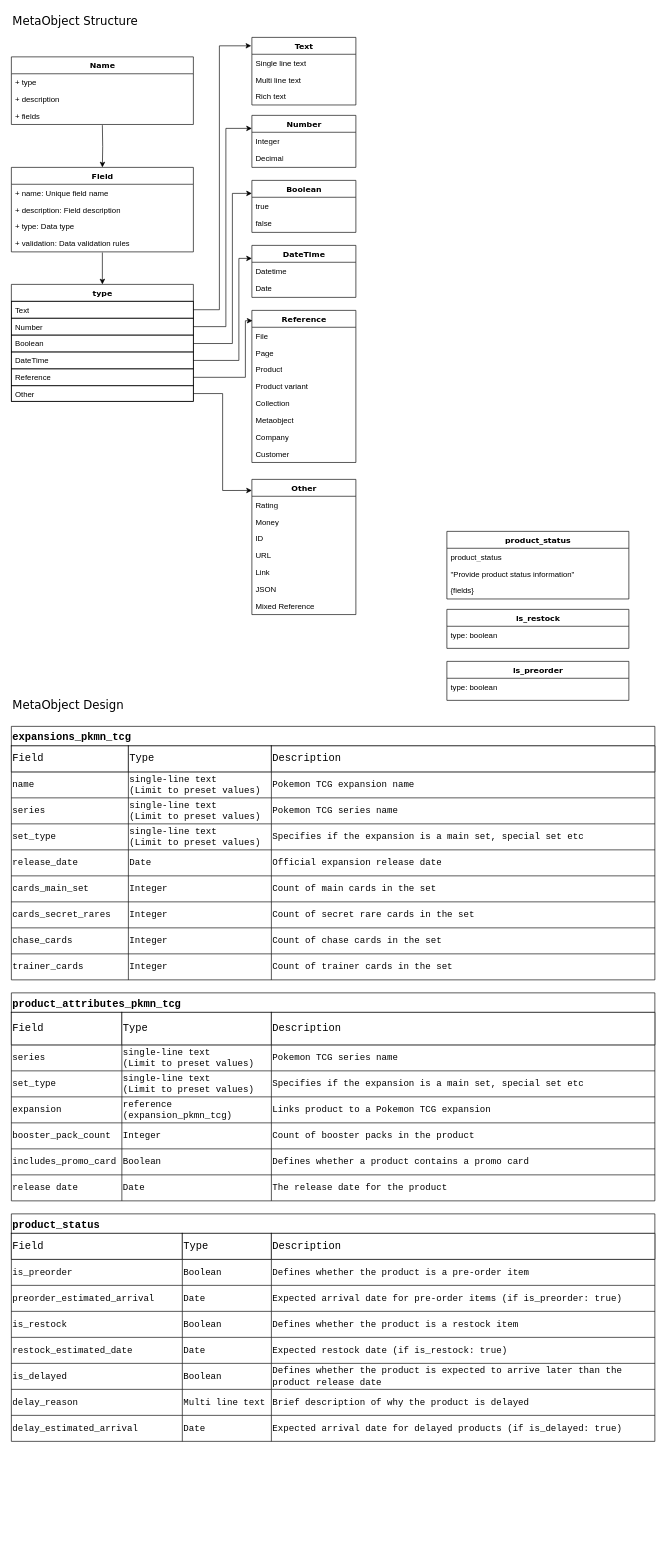
Earlier version of the draw.io diagram DataModel-Products.drawio (LauraWalpole/pokedecks-Design). Source tidied: cells renumbered, new cells numbered last; positions are measured from the earlier drawing's top-left corner, leaving out a move shared by most shapes. Both pictures are drawn from the tidied source at 65%, with x=0, y=0 at pixel (11, 11).
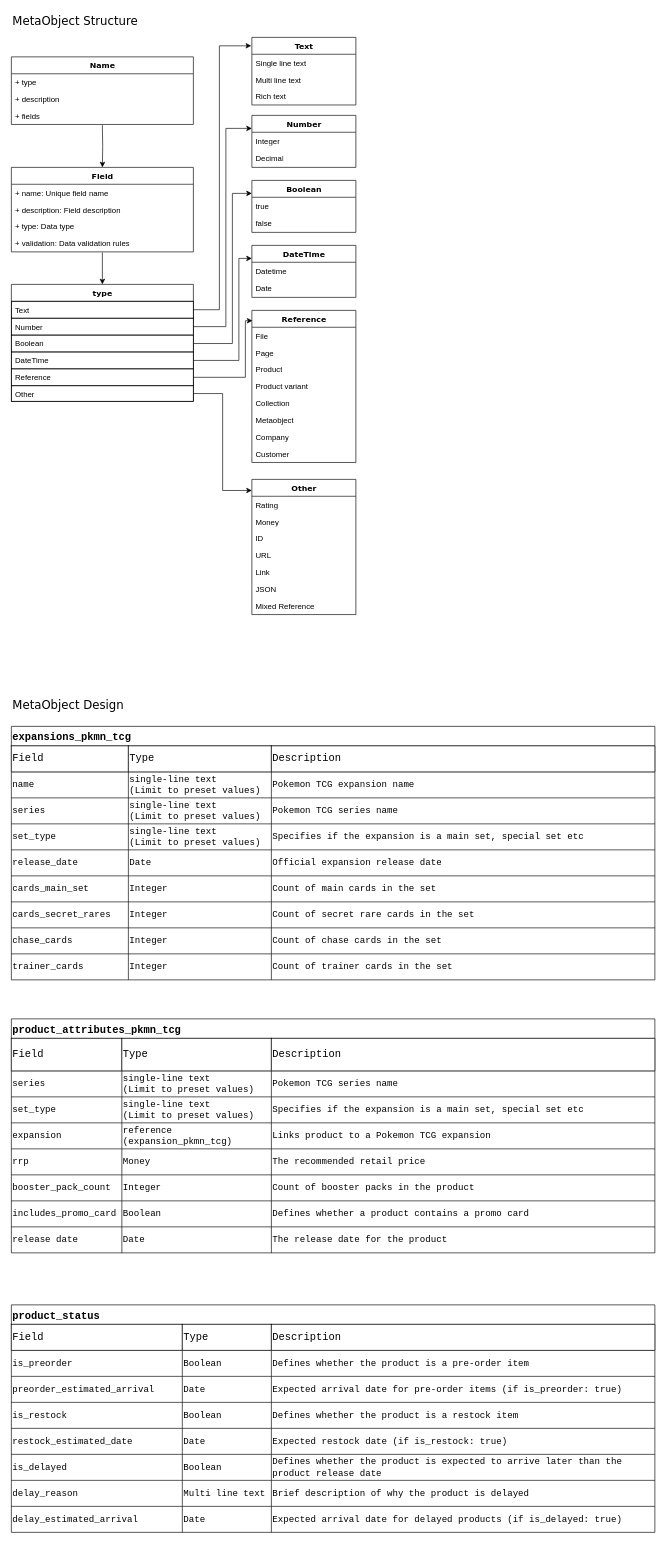
The same page after the edit.

Diff of the diagram source:
```diff
@@
-    <mxCell id="58" value="is_preorder" style="swimlane;html=1;fontStyle=1;align=center;verticalAlign=top;horizontal=1;startSize=26;swimlaneFillColor=#ffffff;rounded=0;shadow=0;comic=0;labelBackgroundColor=none;strokeWidth=1;fillColor=none;fontFamily=Verdana;fontSize=12;" parent="1" vertex="1">
-      <mxGeometry x="670" y="1000" width="280" height="60" as="geometry" />
-    </mxCell>
-    <mxCell id="59" value="type: boolean" style="text;html=1;strokeColor=none;fillColor=none;align=left;verticalAlign=top;spacingLeft=4;spacingRight=4;whiteSpace=wrap;overflow=hidden;" parent="58" vertex="1">
-      <mxGeometry y="26" width="280" height="26" as="geometry" />
-    </mxCell>
-    <mxCell id="60" value="is_restock" style="swimlane;html=1;fontStyle=1;align=center;verticalAlign=top;horizontal=1;startSize=26;swimlaneFillColor=#ffffff;rounded=0;shadow=0;comic=0;labelBackgroundColor=none;strokeWidth=1;fillColor=none;fontFamily=Verdana;fontSize=12;" parent="1" vertex="1">
-      <mxGeometry x="670" y="920" width="280" height="60" as="geometry" />
-    </mxCell>
-    <mxCell id="61" value="type: boolean" style="text;html=1;strokeColor=none;fillColor=none;align=left;verticalAlign=top;spacingLeft=4;spacingRight=4;whiteSpace=wrap;overflow=hidden;" parent="60" vertex="1">
-      <mxGeometry y="26" width="280" height="26" as="geometry" />
-    </mxCell>
-    <mxCell id="62" value="product_status" style="swimlane;html=1;fontStyle=1;align=center;verticalAlign=top;horizontal=1;startSize=26;swimlaneFillColor=#ffffff;rounded=0;shadow=0;comic=0;labelBackgroundColor=none;strokeWidth=1;fillColor=none;fontFamily=Verdana;fontSize=12;" parent="1" vertex="1">
-      <mxGeometry x="670" y="800" width="280" height="104" as="geometry" />
-    </mxCell>
-    <mxCell id="63" value="product_status&lt;span style=&quot;white-space: pre;&quot;&gt;&#9;&lt;/span&gt;&lt;span style=&quot;white-space: pre;&quot;&gt;&#9;&lt;/span&gt;" style="text;html=1;strokeColor=none;fillColor=none;align=left;verticalAlign=top;spacingLeft=4;spacingRight=4;whiteSpace=wrap;overflow=hidden;" parent="62" vertex="1">
-      <mxGeometry y="26" width="280" height="26" as="geometry" />
-    </mxCell>
-    <mxCell id="64" value="&quot;Provide product status information&quot;" style="text;html=1;strokeColor=none;fillColor=none;align=left;verticalAlign=top;spacingLeft=4;spacingRight=4;whiteSpace=wrap;overflow=hidden;" parent="62" vertex="1">
-      <mxGeometry y="52" width="280" height="26" as="geometry" />
-    </mxCell>
-    <mxCell id="65" value="{fields}" style="text;html=1;strokeColor=none;fillColor=none;align=left;verticalAlign=top;spacingLeft=4;spacingRight=4;whiteSpace=wrap;overflow=hidden;" parent="62" vertex="1">
-      <mxGeometry y="78" width="280" height="26" as="geometry" />
-    </mxCell>
@@
     <mxCell id="103" value="product_attributes_pkmn_tcg" style="shape=table;startSize=30;childLayout=tableLayout;strokeColor=default;fontSize=16;fontStyle=1;fontFamily=Courier New;align=left;" parent="1" vertex="1">
-      <mxGeometry y="1510" width="990" height="320" as="geometry" />
+      <mxGeometry y="1550" width="990" height="360" as="geometry" />
     </mxCell>
@@
+    <mxCell id="165" style="shape=tableRow;horizontal=0;startSize=0;swimlaneHead=0;swimlaneBody=0;strokeColor=inherit;top=0;left=0;bottom=0;right=0;fillColor=none;fontSize=16;" parent="103" vertex="1">
+      <mxGeometry y="200" width="990" height="40" as="geometry" />
+    </mxCell>
+    <mxCell id="166" value="rrp&lt;span style=&quot;white-space: pre;&quot;&gt;&#9;&lt;/span&gt;" style="shape=partialRectangle;html=1;whiteSpace=wrap;strokeColor=inherit;overflow=hidden;fillColor=none;top=0;left=0;bottom=0;right=0;fontSize=14;fontFamily=Courier New;align=left;" parent="165" vertex="1">
+      <mxGeometry width="170" height="40" as="geometry" />
+    </mxCell>
+    <mxCell id="167" value="Money" style="shape=partialRectangle;html=1;whiteSpace=wrap;strokeColor=inherit;overflow=hidden;fillColor=none;top=0;left=0;bottom=0;right=0;fontSize=14;fontFamily=Courier New;align=left;" parent="165" vertex="1">
+      <mxGeometry x="170" width="230" height="40" as="geometry" />
+    </mxCell>
+    <mxCell id="168" value="The recommended retail price" style="shape=partialRectangle;html=1;whiteSpace=wrap;strokeColor=inherit;overflow=hidden;fillColor=none;top=0;left=0;bottom=0;right=0;fontSize=14;fontFamily=Courier New;align=left;" parent="165" vertex="1">
+      <mxGeometry x="400" width="590" height="40" as="geometry" />
+    </mxCell>
     <mxCell id="120" style="shape=tableRow;horizontal=0;startSize=0;swimlaneHead=0;swimlaneBody=0;strokeColor=inherit;top=0;left=0;bottom=0;right=0;fillColor=none;fontSize=16;" parent="103" vertex="1">
-      <mxGeometry y="200" width="990" height="40" as="geometry" />
+      <mxGeometry y="240" width="990" height="40" as="geometry" />
     </mxCell>
@@
     <mxCell id="124" style="shape=tableRow;horizontal=0;startSize=0;swimlaneHead=0;swimlaneBody=0;strokeColor=inherit;top=0;left=0;bottom=0;right=0;fillColor=none;fontSize=16;" parent="103" vertex="1">
-      <mxGeometry y="240" width="990" height="40" as="geometry" />
+      <mxGeometry y="280" width="990" height="40" as="geometry" />
     </mxCell>
@@
     <mxCell id="128" style="shape=tableRow;horizontal=0;startSize=0;swimlaneHead=0;swimlaneBody=0;strokeColor=inherit;top=0;left=0;bottom=0;right=0;fillColor=none;fontSize=16;" parent="103" vertex="1">
-      <mxGeometry y="280" width="990" height="40" as="geometry" />
+      <mxGeometry y="320" width="990" height="40" as="geometry" />
     </mxCell>
@@
     <mxCell id="132" value="product_status" style="shape=table;startSize=30;childLayout=tableLayout;strokeColor=default;fontSize=16;fontStyle=1;fontFamily=Courier New;align=left;" parent="1" vertex="1">
-      <mxGeometry y="1850" width="990" height="350" as="geometry" />
+      <mxGeometry y="1990" width="990" height="350" as="geometry" />
     </mxCell>
```
